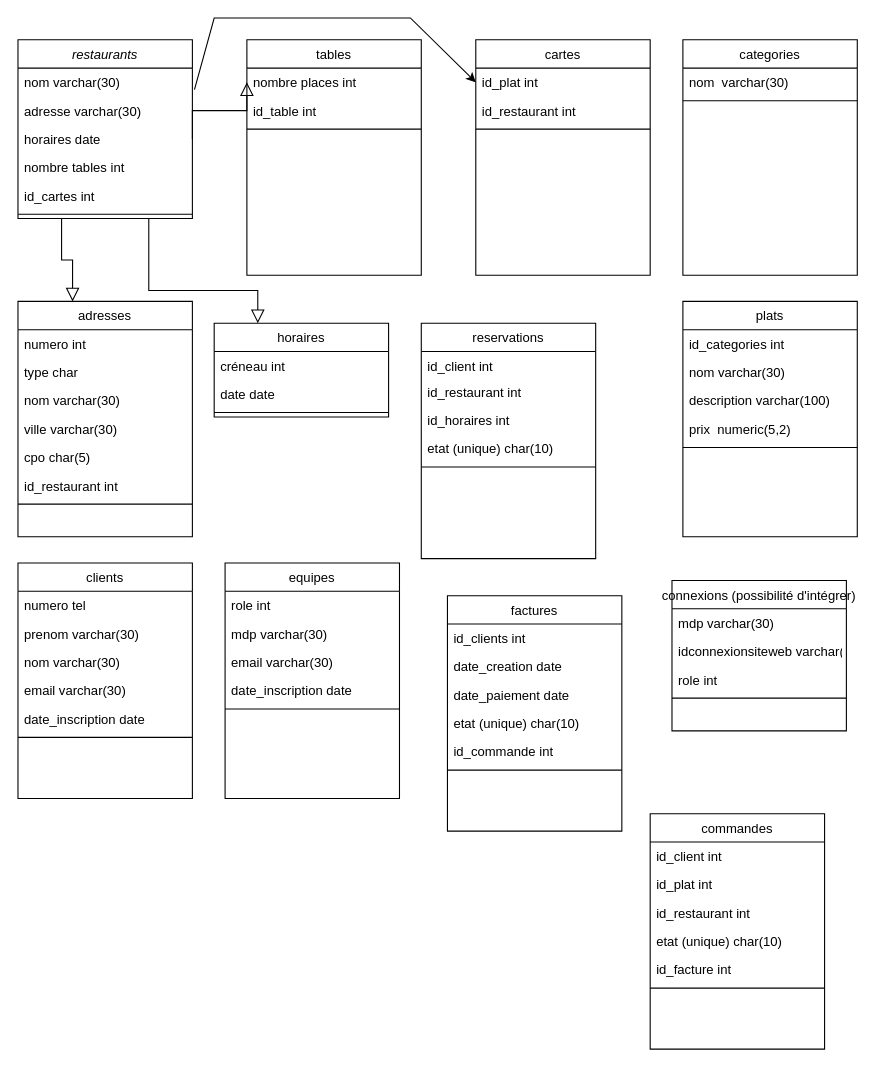
Before: TPFilRouge.drawio in Owrow/ProjetFilRouge, a draw.io diagram. Source tidied: cells renumbered, new cells numbered last; positions are measured from the earlier drawing's top-left corner, leaving out a move shared by most shapes. Both pictures are drawn from the tidied source at 109%, with x=0, y=0 at pixel (17, 17).
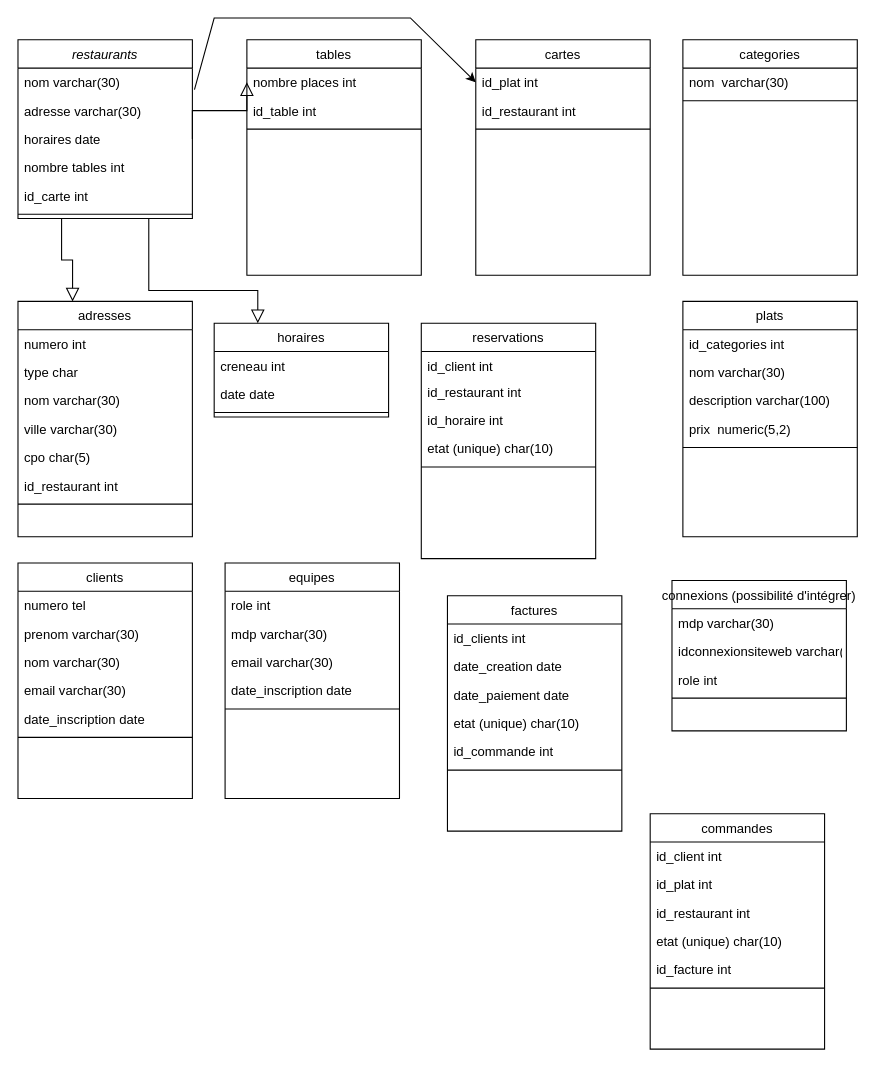
After the change.

Commit message (it also covers changes not shown here):
Mettre à jour TPFilRouge.drawio

Unchanged cells that the change refers to:
```xml
<mxCell id="2" value="restaurants" style="swimlane;fontStyle=2;align=center;verticalAlign=top;horizontal=1;startSize=26;rounded=0;shadow=0;strokeWidth=1;" parent="1" vertex="1">
  <mxGeometry y="20" width="160" height="164" as="geometry" />
</mxCell>
<mxCell id="18" value="horaires" style="swimlane;fontStyle=0;align=center;verticalAlign=top;horizontal=1;startSize=26;rounded=0;shadow=0;strokeWidth=1;" parent="1" vertex="1">
  <mxGeometry x="180" y="280" width="160" height="86" as="geometry" />
</mxCell>
<mxCell id="58" value="reservations" style="swimlane;fontStyle=0;align=center;verticalAlign=top;horizontal=1;startSize=26;rounded=0;shadow=0;strokeWidth=1;" parent="1" vertex="1">
  <mxGeometry x="370" y="280" width="160" height="216" as="geometry" />
</mxCell>
```

Change to the diagram source:
```diff
@@
-    <mxCell id="7" value="id_cartes int" style="text;align=left;verticalAlign=top;spacingLeft=4;spacingRight=4;overflow=hidden;rounded=0;shadow=0;html=0;" parent="2" vertex="1">
+    <mxCell id="7" value="id_carte int" style="text;align=left;verticalAlign=top;spacingLeft=4;spacingRight=4;overflow=hidden;rounded=0;shadow=0;html=0;" parent="2" vertex="1">
       <mxGeometry y="130" width="160" height="26" as="geometry" />
     </mxCell>
@@
-    <mxCell id="19" value="créneau int" style="text;align=left;verticalAlign=top;spacingLeft=4;spacingRight=4;overflow=hidden;" parent="18" vertex="1">
+    <mxCell id="19" value="creneau int" style="text;align=left;verticalAlign=top;spacingLeft=4;spacingRight=4;overflow=hidden;" parent="18" vertex="1">
       <mxGeometry y="26" width="160" height="26" as="geometry" />
     </mxCell>
@@
-    <mxCell id="61" value="id_horaires int" style="text;align=left;verticalAlign=top;spacingLeft=4;spacingRight=4;overflow=hidden;rounded=0;shadow=0;html=0;" parent="58" vertex="1">
+    <mxCell id="61" value="id_horaire int" style="text;align=left;verticalAlign=top;spacingLeft=4;spacingRight=4;overflow=hidden;rounded=0;shadow=0;html=0;" parent="58" vertex="1">
       <mxGeometry y="76" width="160" height="26" as="geometry" />
     </mxCell>
```
